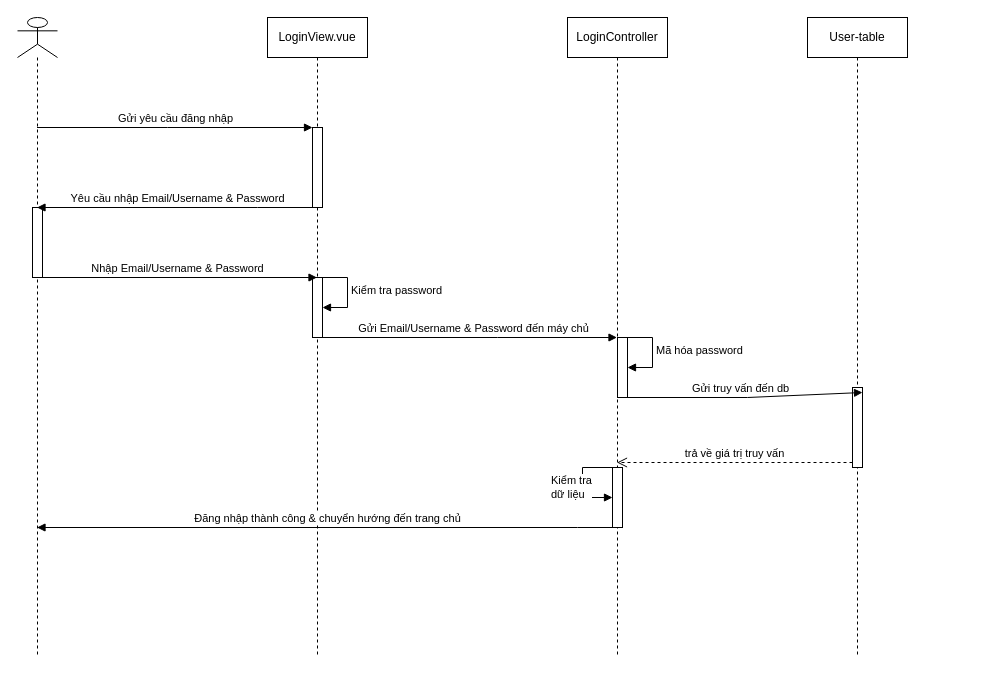
Earlier version of the draw.io diagram UMLSIGNIN.drawio (huyga1185/buyit_cnpm). Source tidied: cells renumbered, new cells numbered last; positions are measured from the earlier drawing's top-left corner, leaving out a move shared by most shapes. Both pictures are drawn from the tidied source at 100%, with x=0, y=0 at pixel (17, 17).
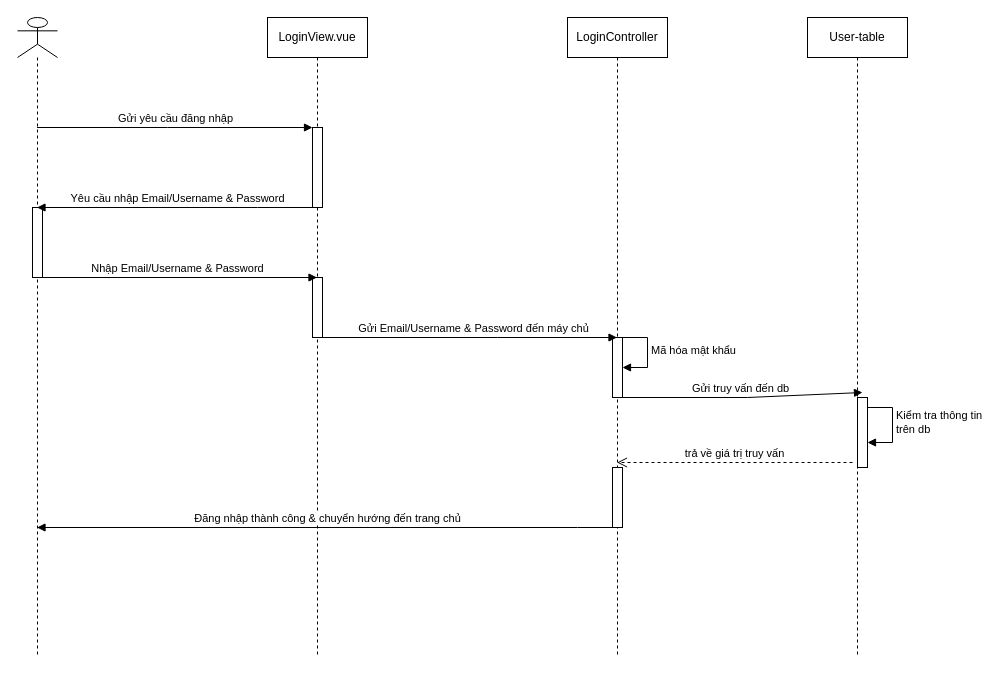
The same page after the edit.

Commit message:
Cập nhật UMLSIGNIN.drawio

Unchanged cells that the change refers to:
```xml
<mxCell id="4" value="LoginView.vue" style="shape=umlLifeline;perimeter=lifelinePerimeter;whiteSpace=wrap;html=1;outlineConnect=0;portConstraint=eastwest;newEdgeStyle={&quot;curved&quot;:0,&quot;rounded&quot;:0};" parent="1" vertex="1">
  <mxGeometry x="250" width="100" height="640" as="geometry" />
</mxCell>
<mxCell id="6" style="html=1;points=[[0,0,0,0,5],[0,1,0,0,-5],[1,0,0,0,5],[1,1,0,0,-5]];perimeter=orthogonalPerimeter;outlineConnect=0;targetShapes=umlLifeline;portConstraint=eastwest;newEdgeStyle={&quot;curved&quot;:0,&quot;rounded&quot;:0};" parent="4" vertex="1">
  <mxGeometry x="45" y="260" width="10" height="60" as="geometry" />
</mxCell>
<mxCell id="8" value="LoginController" style="shape=umlLifeline;perimeter=lifelinePerimeter;whiteSpace=wrap;html=1;outlineConnect=0;portConstraint=eastwest;newEdgeStyle={&quot;curved&quot;:0,&quot;rounded&quot;:0};" parent="1" vertex="1">
  <mxGeometry x="550" width="100" height="640" as="geometry" />
</mxCell>
<mxCell id="11" style="html=1;points=[[0,0,0,0,5],[0,1,0,0,-5],[1,0,0,0,5],[1,1,0,0,-5]];perimeter=orthogonalPerimeter;outlineConnect=0;targetShapes=umlLifeline;portConstraint=eastwest;newEdgeStyle={&quot;curved&quot;:0,&quot;rounded&quot;:0};" parent="8" vertex="1">
  <mxGeometry x="45" y="450" width="10" height="60" as="geometry" />
</mxCell>
<mxCell id="13" value="User-table" style="shape=umlLifeline;perimeter=lifelinePerimeter;whiteSpace=wrap;html=1;newEdgeStyle={&quot;curved&quot;:0,&quot;rounded&quot;:0};" parent="1" vertex="1">
  <mxGeometry x="790" width="100" height="640" as="geometry" />
</mxCell>
```

Change to the diagram source:
```diff
@@
-    <mxCell id="7" value="Kiểm tra password" style="html=1;align=left;spacingLeft=2;endArrow=block;rounded=0;edgeStyle=orthogonalEdgeStyle;curved=0;rounded=0;" parent="4" edge="1" target="6">
-      <mxGeometry relative="1" as="geometry">
-        <mxPoint x="50" y="260" as="sourcePoint" />
-        <Array as="points">
-          <mxPoint x="80" y="290" />
-        </Array>
-      </mxGeometry>
-    </mxCell>
@@
-    <mxCell id="9" style="html=1;points=[[0,0,0,0,5],[0,1,0,0,-5],[1,0,0,0,5],[1,1,0,0,-5]];perimeter=orthogonalPerimeter;outlineConnect=0;targetShapes=umlLifeline;portConstraint=eastwest;newEdgeStyle={&quot;curved&quot;:0,&quot;rounded&quot;:0};" parent="8" vertex="1">
-      <mxGeometry x="50" y="320" width="10" height="60" as="geometry" />
-    </mxCell>
-    <mxCell id="10" value="Mã hóa password" style="html=1;align=left;spacingLeft=2;endArrow=block;rounded=0;edgeStyle=orthogonalEdgeStyle;curved=0;rounded=0;" parent="8" edge="1" target="9">
-      <mxGeometry relative="1" as="geometry">
-        <mxPoint x="55" y="320" as="sourcePoint" />
-        <Array as="points">
-          <mxPoint x="85" y="350" />
-        </Array>
-      </mxGeometry>
-    </mxCell>
@@
-    <mxCell id="12" value="Kiểm tra&lt;div&gt;dữ liệu&lt;/div&gt;" style="html=1;align=left;spacingLeft=2;endArrow=block;rounded=0;edgeStyle=orthogonalEdgeStyle;curved=0;rounded=0;" parent="8" edge="1" target="11">
-      <mxGeometry x="0.16" y="-35" relative="1" as="geometry">
-        <mxPoint x="50" y="450" as="sourcePoint" />
-        <Array as="points">
-          <mxPoint x="15" y="450" />
-          <mxPoint x="15" y="480" />
-        </Array>
-      </mxGeometry>
-    </mxCell>
+    <mxCell id="22" style="html=1;points=[[0,0,0,0,5],[0,1,0,0,-5],[1,0,0,0,5],[1,1,0,0,-5]];perimeter=orthogonalPerimeter;outlineConnect=0;targetShapes=umlLifeline;portConstraint=eastwest;newEdgeStyle={&quot;curved&quot;:0,&quot;rounded&quot;:0};" parent="8" vertex="1">
+      <mxGeometry x="45" y="320" width="10" height="60" as="geometry" />
+    </mxCell>
+    <mxCell id="23" value="Mã hóa mật khẩu" style="html=1;align=left;spacingLeft=2;endArrow=block;rounded=0;edgeStyle=orthogonalEdgeStyle;curved=0;rounded=0;" parent="8" edge="1" target="22">
+      <mxGeometry relative="1" as="geometry">
+        <mxPoint x="50" y="320" as="sourcePoint" />
+        <Array as="points">
+          <mxPoint x="80" y="350" />
+        </Array>
+      </mxGeometry>
+    </mxCell>
@@
-    <mxCell id="14" style="html=1;points=[[0,0,0,0,5],[0,1,0,0,-5],[1,0,0,0,5],[1,1,0,0,-5]];perimeter=orthogonalPerimeter;outlineConnect=0;targetShapes=umlLifeline;portConstraint=eastwest;newEdgeStyle={&quot;curved&quot;:0,&quot;rounded&quot;:0};" parent="13" vertex="1">
-      <mxGeometry x="45" y="370" width="10" height="80" as="geometry" />
-    </mxCell>
+    <mxCell id="24" style="html=1;points=[[0,0,0,0,5],[0,1,0,0,-5],[1,0,0,0,5],[1,1,0,0,-5]];perimeter=orthogonalPerimeter;outlineConnect=0;targetShapes=umlLifeline;portConstraint=eastwest;newEdgeStyle={&quot;curved&quot;:0,&quot;rounded&quot;:0};" parent="13" vertex="1">
+      <mxGeometry x="50" y="380" width="10" height="70" as="geometry" />
+    </mxCell>
+    <mxCell id="25" value="Kiểm tra thông tin&lt;br&gt;trên db" style="html=1;align=left;spacingLeft=2;endArrow=block;rounded=0;edgeStyle=orthogonalEdgeStyle;curved=0;rounded=0;exitX=1;exitY=0;exitDx=0;exitDy=5;exitPerimeter=0;" parent="13" edge="1" source="24" target="24">
+      <mxGeometry relative="1" as="geometry">
+        <Array as="points">
+          <mxPoint x="60" y="390" />
+          <mxPoint x="85" y="390" />
+          <mxPoint x="85" y="425" />
+        </Array>
+      </mxGeometry>
+    </mxCell>
@@
-    <mxCell id="19" value="trả về giá trị truy vấn" style="html=1;verticalAlign=bottom;endArrow=open;dashed=1;endSize=8;curved=0;rounded=0;exitX=0;exitY=1;exitDx=0;exitDy=-5;" parent="1" edge="1" source="14" target="8">
-      <mxGeometry relative="1" as="geometry" />
+    <mxCell id="19" value="trả về giá trị truy vấn" style="html=1;verticalAlign=bottom;endArrow=open;dashed=1;endSize=8;curved=0;rounded=0;exitX=0;exitY=1;exitDx=0;exitDy=-5;" parent="1" edge="1" target="8">
+      <mxGeometry relative="1" as="geometry">
+        <mxPoint x="835" y="445" as="sourcePoint" />
+      </mxGeometry>
     </mxCell>
-    <mxCell id="20" value="Gửi truy vấn đến db" style="html=1;verticalAlign=bottom;endArrow=block;curved=0;rounded=0;entryX=1;entryY=0;entryDx=0;entryDy=5;entryPerimeter=0;" parent="1" edge="1" source="8" target="14">
+    <mxCell id="20" value="Gửi truy vấn đến db" style="html=1;verticalAlign=bottom;endArrow=block;curved=0;rounded=0;entryX=1;entryY=0;entryDx=0;entryDy=5;entryPerimeter=0;" parent="1" edge="1" source="8">
       <mxGeometry relative="1" as="geometry">
+        <mxPoint x="845" y="375" as="targetPoint" />
         <Array as="points">
           <mxPoint x="730" y="380" />
         </Array>
       </mxGeometry>
     </mxCell>
```
